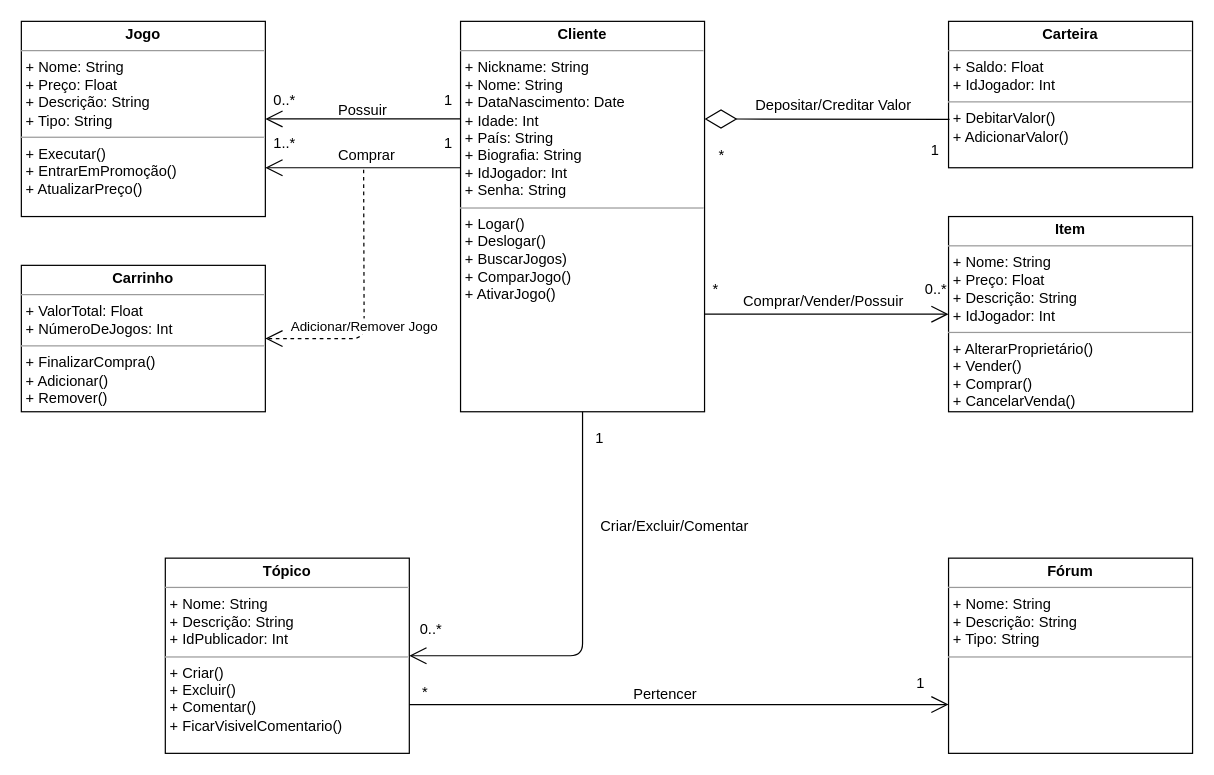
The draw.io diagram DiagramaClasses.drawio in Nathy14/Steam-PJTsoftware, before the edit. Source tidied: cells renumbered, new cells numbered last; positions are measured from the earlier drawing's top-left corner, leaving out a move shared by most shapes. Both pictures are drawn from the tidied source at 122%, with x=0, y=0 at pixel (21, 21).
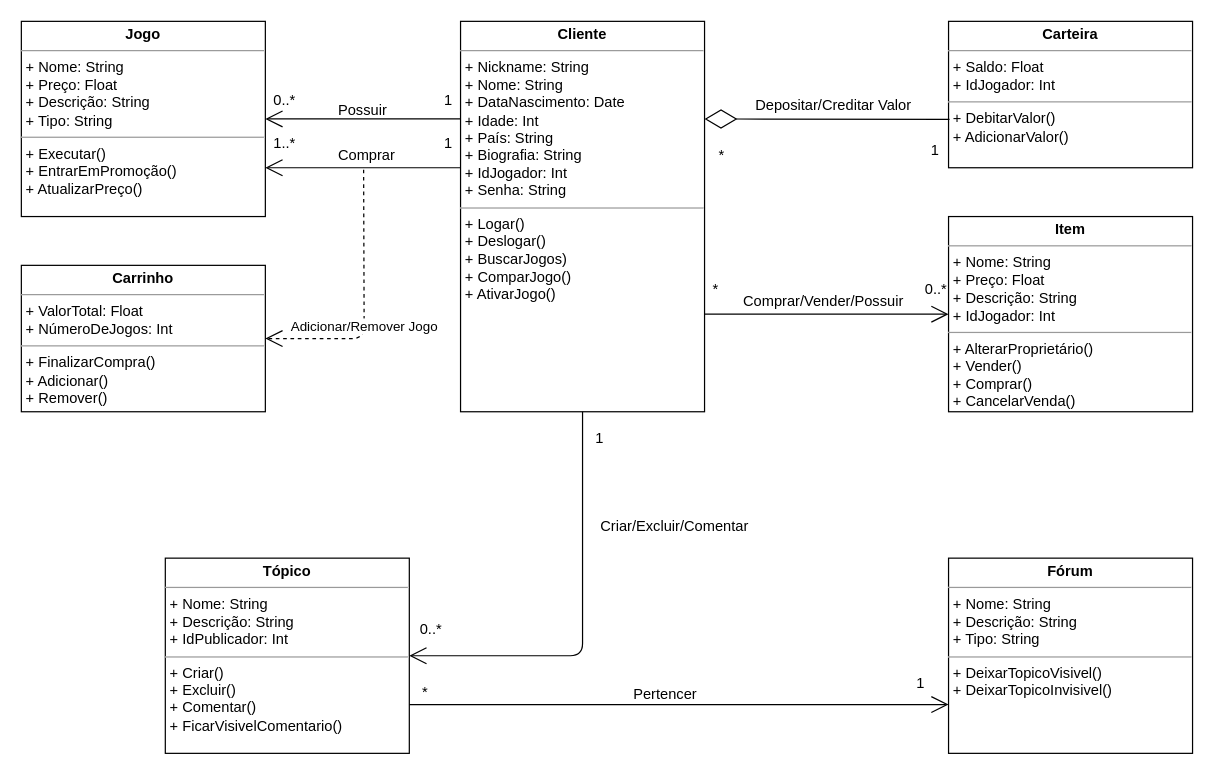
After the change.

What changed in the source:
```diff
@@
-    <mxCell id="8" value="&lt;p style=&quot;margin: 0px ; margin-top: 4px ; text-align: center&quot;&gt;&lt;b&gt;Fórum&lt;/b&gt;&lt;/p&gt;&lt;hr size=&quot;1&quot;&gt;&lt;p style=&quot;margin: 0px ; margin-left: 4px&quot;&gt;+ Nome: String&lt;br&gt;+ Descrição: String&lt;br&gt;+ Tipo: String&lt;/p&gt;&lt;hr size=&quot;1&quot;&gt;&lt;p style=&quot;margin: 0px ; margin-left: 4px&quot;&gt;&lt;br&gt;&lt;/p&gt;" style="verticalAlign=top;align=left;overflow=fill;fontSize=12;fontFamily=Helvetica;html=1;" parent="1" vertex="1">
+    <mxCell id="8" value="&lt;p style=&quot;margin: 0px ; margin-top: 4px ; text-align: center&quot;&gt;&lt;b&gt;Fórum&lt;/b&gt;&lt;/p&gt;&lt;hr size=&quot;1&quot;&gt;&lt;p style=&quot;margin: 0px ; margin-left: 4px&quot;&gt;+ Nome: String&lt;br&gt;+ Descrição: String&lt;br&gt;+ Tipo: String&lt;/p&gt;&lt;hr size=&quot;1&quot;&gt;&lt;p style=&quot;margin: 0px ; margin-left: 4px&quot;&gt;+ DeixarTopicoVisivel()&lt;/p&gt;&lt;p style=&quot;margin: 0px ; margin-left: 4px&quot;&gt;+ DeixarTopicoInvisivel()&lt;/p&gt;" style="verticalAlign=top;align=left;overflow=fill;fontSize=12;fontFamily=Helvetica;html=1;" parent="1" vertex="1">
       <mxGeometry x="760" y="440" width="200" height="160" as="geometry" />
     </mxCell>
```
